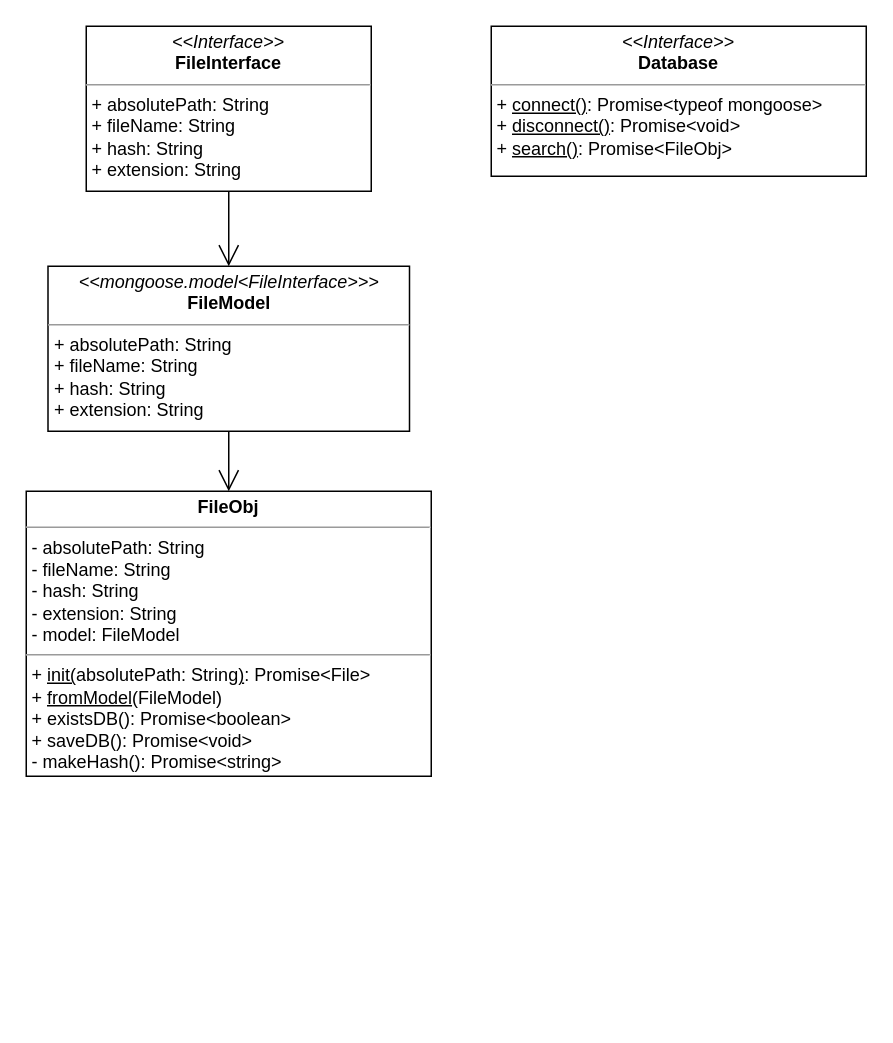
Before: bfs-core.drawio in jm0ran/bfs-core, a draw.io diagram. Source tidied: cells renumbered, new cells numbered last; positions are measured from the earlier drawing's top-left corner, leaving out a move shared by most shapes. Both pictures are drawn from the tidied source at 150%, with x=0, y=0 at pixel (26, 26).
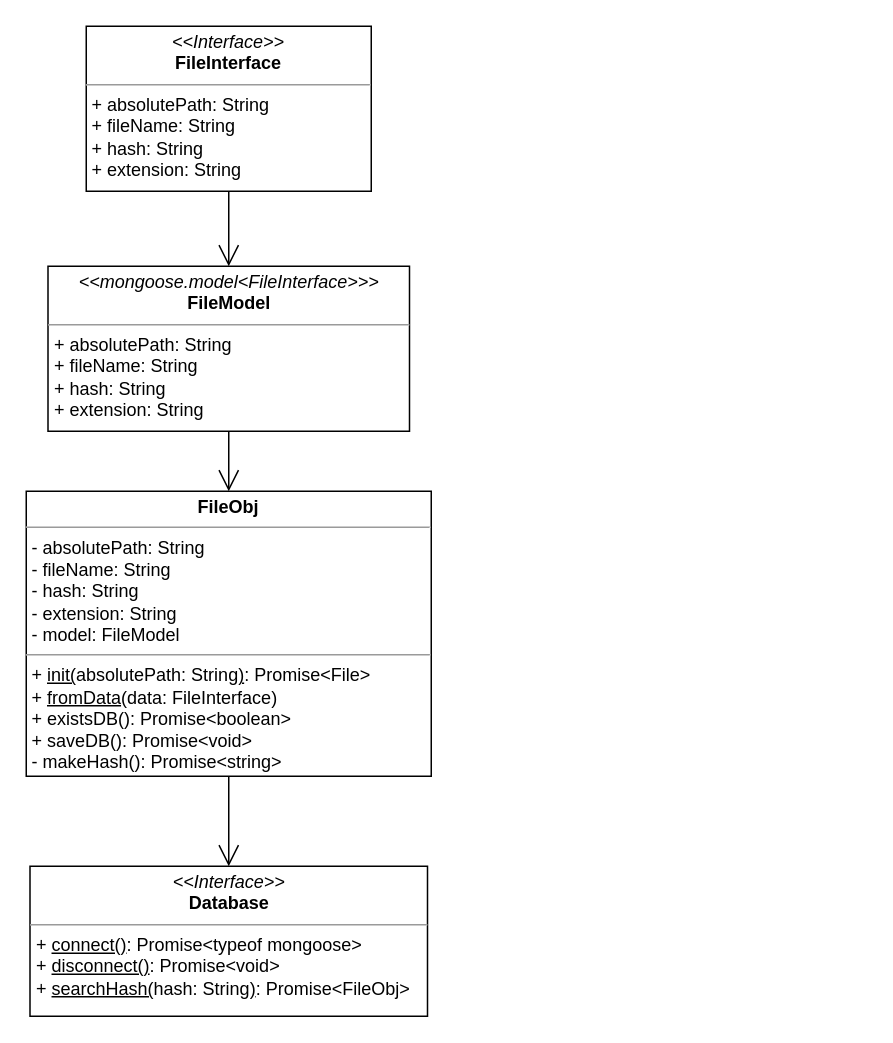
The same page after the edit.

Commit message (it also covers changes not shown here):
SearchHash and fromData methods

What changed in the source:
```diff
@@
 <mxGraphModel>
   <root>
     <mxCell id="0" />
     <mxCell id="1" parent="0" />
-    <mxCell id="2" value="&lt;p style=&quot;margin: 0px ; margin-top: 4px ; text-align: center&quot;&gt;&lt;b&gt;FileObj&lt;/b&gt;&lt;/p&gt;&lt;hr size=&quot;1&quot;&gt;&lt;p style=&quot;margin: 0px ; margin-left: 4px&quot;&gt;- absolutePath: String&lt;br&gt;- fileName: String&lt;/p&gt;&lt;p style=&quot;margin: 0px ; margin-left: 4px&quot;&gt;- hash: String&lt;/p&gt;&lt;p style=&quot;margin: 0px ; margin-left: 4px&quot;&gt;- extension: String&lt;/p&gt;&lt;p style=&quot;margin: 0px ; margin-left: 4px&quot;&gt;- model: FileModel&lt;/p&gt;&lt;hr size=&quot;1&quot;&gt;&lt;p style=&quot;margin: 0px ; margin-left: 4px&quot;&gt;&lt;span&gt;+ &lt;/span&gt;&lt;u&gt;init(&lt;/u&gt;&lt;span&gt;absolutePath: String&lt;/span&gt;&lt;u&gt;)&lt;/u&gt;&lt;span&gt;: Promise&amp;lt;File&amp;gt;&lt;/span&gt;&lt;br&gt;&lt;/p&gt;&lt;p style=&quot;margin: 0px ; margin-left: 4px&quot;&gt;+ &lt;u&gt;fromModel&lt;/u&gt;(FileModel)&lt;/p&gt;&lt;p style=&quot;margin: 0px ; margin-left: 4px&quot;&gt;+ existsDB(): Promise&amp;lt;boolean&amp;gt;&lt;/p&gt;&lt;p style=&quot;margin: 0px ; margin-left: 4px&quot;&gt;+ saveDB(): Promise&amp;lt;void&amp;gt;&lt;/p&gt;&lt;p style=&quot;margin: 0px 0px 0px 4px&quot;&gt;- makeHash(): Promise&amp;lt;string&amp;gt;&lt;/p&gt;&lt;div&gt;&lt;br&gt;&lt;/div&gt;&lt;p style=&quot;margin: 0px ; margin-left: 4px&quot;&gt;&lt;br&gt;&lt;/p&gt;" style="verticalAlign=top;align=left;overflow=fill;fontSize=12;fontFamily=Helvetica;html=1;" parent="1" vertex="1">
+    <mxCell id="2" value="&lt;p style=&quot;margin: 0px ; margin-top: 4px ; text-align: center&quot;&gt;&lt;b&gt;FileObj&lt;/b&gt;&lt;/p&gt;&lt;hr size=&quot;1&quot;&gt;&lt;p style=&quot;margin: 0px ; margin-left: 4px&quot;&gt;- absolutePath: String&lt;br&gt;- fileName: String&lt;/p&gt;&lt;p style=&quot;margin: 0px ; margin-left: 4px&quot;&gt;- hash: String&lt;/p&gt;&lt;p style=&quot;margin: 0px ; margin-left: 4px&quot;&gt;- extension: String&lt;/p&gt;&lt;p style=&quot;margin: 0px ; margin-left: 4px&quot;&gt;- model: FileModel&lt;/p&gt;&lt;hr size=&quot;1&quot;&gt;&lt;p style=&quot;margin: 0px ; margin-left: 4px&quot;&gt;&lt;span&gt;+ &lt;/span&gt;&lt;u&gt;init(&lt;/u&gt;&lt;span&gt;absolutePath: String&lt;/span&gt;&lt;u&gt;)&lt;/u&gt;&lt;span&gt;: Promise&amp;lt;File&amp;gt;&lt;/span&gt;&lt;br&gt;&lt;/p&gt;&lt;p style=&quot;margin: 0px ; margin-left: 4px&quot;&gt;+ &lt;u&gt;fromData&lt;/u&gt;(data: FileInterface)&lt;/p&gt;&lt;p style=&quot;margin: 0px ; margin-left: 4px&quot;&gt;+ existsDB(): Promise&amp;lt;boolean&amp;gt;&lt;/p&gt;&lt;p style=&quot;margin: 0px ; margin-left: 4px&quot;&gt;+ saveDB(): Promise&amp;lt;void&amp;gt;&lt;/p&gt;&lt;p style=&quot;margin: 0px 0px 0px 4px&quot;&gt;- makeHash(): Promise&amp;lt;string&amp;gt;&lt;/p&gt;&lt;div&gt;&lt;br&gt;&lt;/div&gt;&lt;p style=&quot;margin: 0px ; margin-left: 4px&quot;&gt;&lt;br&gt;&lt;/p&gt;" style="verticalAlign=top;align=left;overflow=fill;fontSize=12;fontFamily=Helvetica;html=1;" parent="1" vertex="1">
       <mxGeometry y="310" width="270" height="190" as="geometry" />
     </mxCell>
     <mxCell id="3" value="&lt;p style=&quot;margin: 0px ; margin-top: 4px ; text-align: center&quot;&gt;&lt;i&gt;&amp;lt;&amp;lt;mongoose.model&amp;lt;FileInterface&amp;gt;&amp;gt;&amp;gt;&lt;/i&gt;&lt;br&gt;&lt;b&gt;FileModel&lt;/b&gt;&lt;/p&gt;&lt;hr size=&quot;1&quot;&gt;&lt;p style=&quot;margin: 0px ; margin-left: 4px&quot;&gt;+ absolutePath: String&lt;/p&gt;&lt;p style=&quot;margin: 0px ; margin-left: 4px&quot;&gt;+ fileName: String&lt;br&gt;+ hash: String&lt;/p&gt;&lt;p style=&quot;margin: 0px ; margin-left: 4px&quot;&gt;+ extension: String&lt;/p&gt;&lt;p style=&quot;margin: 0px ; margin-left: 4px&quot;&gt;&lt;br&gt;&lt;/p&gt;" style="verticalAlign=top;align=left;overflow=fill;fontSize=12;fontFamily=Helvetica;html=1;" parent="1" vertex="1">
       <mxGeometry x="14.5" y="160" width="241" height="110" as="geometry" />
     </mxCell>
     <mxCell id="4" value="&lt;p style=&quot;margin: 0px ; margin-top: 4px ; text-align: center&quot;&gt;&lt;i&gt;&amp;lt;&amp;lt;Interface&amp;gt;&amp;gt;&lt;/i&gt;&lt;br&gt;&lt;b&gt;FileInterface&lt;/b&gt;&lt;/p&gt;&lt;hr size=&quot;1&quot;&gt;&lt;p style=&quot;margin: 0px ; margin-left: 4px&quot;&gt;+ absolutePath: String&lt;br&gt;+ fileName: String&lt;/p&gt;&lt;p style=&quot;margin: 0px 0px 0px 4px&quot;&gt;+ hash: String&lt;/p&gt;&lt;p style=&quot;margin: 0px 0px 0px 4px&quot;&gt;+ extension: String&lt;/p&gt;" style="verticalAlign=top;align=left;overflow=fill;fontSize=12;fontFamily=Helvetica;html=1;" parent="1" vertex="1">
       <mxGeometry x="40" width="190" height="110" as="geometry" />
     </mxCell>
     <mxCell id="5" style="endArrow=open;endFill=1;endSize=12;html=1;rounded=0;exitX=0.5;exitY=1;exitDx=0;exitDy=0;entryX=0.5;entryY=0;entryDx=0;entryDy=0;" parent="1" edge="1" source="4" target="3">
       <mxGeometry relative="1" as="geometry" />
     </mxCell>
     <mxCell id="6" style="endArrow=open;endFill=1;endSize=12;html=1;rounded=0;exitX=0.5;exitY=1;exitDx=0;exitDy=0;entryX=0.5;entryY=0;entryDx=0;entryDy=0;" parent="1" edge="1" source="3" target="2">
       <mxGeometry relative="1" as="geometry" />
     </mxCell>
-    <mxCell id="7" value="&lt;p style=&quot;margin: 0px ; margin-top: 4px ; text-align: center&quot;&gt;&lt;i&gt;&amp;lt;&amp;lt;Interface&amp;gt;&amp;gt;&lt;/i&gt;&lt;br&gt;&lt;b&gt;Database&lt;/b&gt;&lt;/p&gt;&lt;hr size=&quot;1&quot;&gt;&lt;p style=&quot;margin: 0px ; margin-left: 4px&quot;&gt;&lt;span&gt;+ &lt;u&gt;connect()&lt;/u&gt;: Promise&amp;lt;typeof mongoose&amp;gt;&lt;/span&gt;&lt;br&gt;&lt;/p&gt;&lt;p style=&quot;margin: 0px ; margin-left: 4px&quot;&gt;+ &lt;u&gt;disconnect()&lt;/u&gt;: Promise&amp;lt;void&amp;gt;&lt;/p&gt;&lt;p style=&quot;margin: 0px ; margin-left: 4px&quot;&gt;+ &lt;u&gt;search()&lt;/u&gt;: Promise&amp;lt;FileObj&amp;gt;&lt;/p&gt;" style="verticalAlign=top;align=left;overflow=fill;fontSize=12;fontFamily=Helvetica;html=1;" parent="1" vertex="1">
-      <mxGeometry x="310" width="250" height="100" as="geometry" />
+    <mxCell id="7" value="&lt;p style=&quot;margin: 0px ; margin-top: 4px ; text-align: center&quot;&gt;&lt;i&gt;&amp;lt;&amp;lt;Interface&amp;gt;&amp;gt;&lt;/i&gt;&lt;br&gt;&lt;b&gt;Database&lt;/b&gt;&lt;/p&gt;&lt;hr size=&quot;1&quot;&gt;&lt;p style=&quot;margin: 0px ; margin-left: 4px&quot;&gt;&lt;span&gt;+ &lt;u&gt;connect()&lt;/u&gt;: Promise&amp;lt;typeof mongoose&amp;gt;&lt;/span&gt;&lt;br&gt;&lt;/p&gt;&lt;p style=&quot;margin: 0px ; margin-left: 4px&quot;&gt;+ &lt;u&gt;disconnect()&lt;/u&gt;: Promise&amp;lt;void&amp;gt;&lt;/p&gt;&lt;p style=&quot;margin: 0px ; margin-left: 4px&quot;&gt;+ &lt;u&gt;searchHash(&lt;/u&gt;hash: String&lt;u&gt;)&lt;/u&gt;: Promise&amp;lt;FileObj&amp;gt;&lt;/p&gt;" style="verticalAlign=top;align=left;overflow=fill;fontSize=12;fontFamily=Helvetica;html=1;" parent="1" vertex="1">
+      <mxGeometry x="2.5" y="560" width="265" height="100" as="geometry" />
     </mxCell>
+    <mxCell id="8" style="endArrow=open;endFill=1;endSize=12;html=1;rounded=0;exitX=0.5;exitY=1;exitDx=0;exitDy=0;entryX=0.5;entryY=0;entryDx=0;entryDy=0;" parent="1" edge="1" source="2" target="7">
+      <mxGeometry relative="1" as="geometry" />
+    </mxCell>
   </root>
 </mxGraphModel>
```
